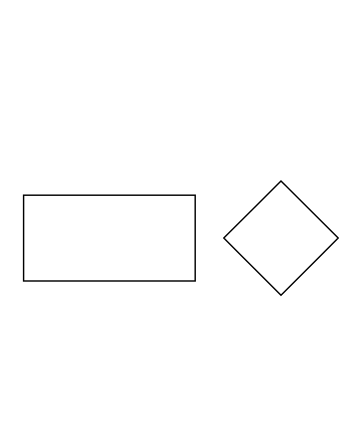
Before: Untitled Diagram.drawio in tiptronic/drawio, a draw.io diagram. Source tidied: cells renumbered, new cells numbered last; positions are measured from the earlier drawing's top-left corner, leaving out a move shared by most shapes. Both pictures are drawn from the tidied source at 143%, with x=0, y=0 at pixel (23, 180).
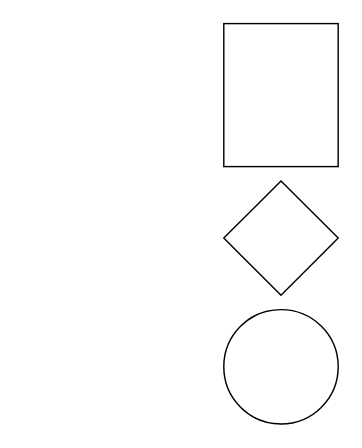
The same page after the edit.

Change to the diagram source:
```diff
@@
 <mxGraphModel>
   <root>
     <mxCell id="0" />
     <mxCell id="1" parent="0" />
     <mxCell id="2" style="rounded=0;whiteSpace=wrap;html=1;" parent="1" vertex="1">
-      <mxGeometry y="10" width="120" height="60" as="geometry" />
+      <mxGeometry x="140" y="-110" width="80" height="100" as="geometry" />
     </mxCell>
     <mxCell id="3" style="rhombus;whiteSpace=wrap;html=1;" parent="1" vertex="1">
       <mxGeometry x="140" width="80" height="80" as="geometry" />
     </mxCell>
+    <mxCell id="4" style="ellipse;whiteSpace=wrap;html=1;" parent="1" vertex="1">
+      <mxGeometry x="140" y="90" width="80" height="80" as="geometry" />
+    </mxCell>
   </root>
 </mxGraphModel>
```
